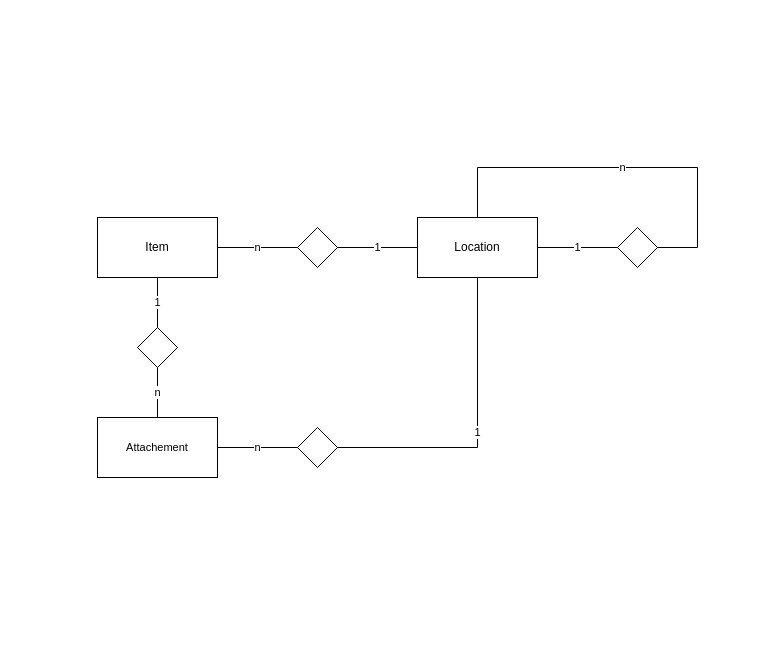
discohagen/springventory keeps this draw.io diagram as concept/springventory.drawio. Above is the earlier version. Source tidied: cells renumbered, new cells numbered last; positions are measured from the earlier drawing's top-left corner, leaving out a move shared by most shapes. Both pictures are drawn from the tidied source at 100%, with x=0, y=0 at pixel (97, 167).
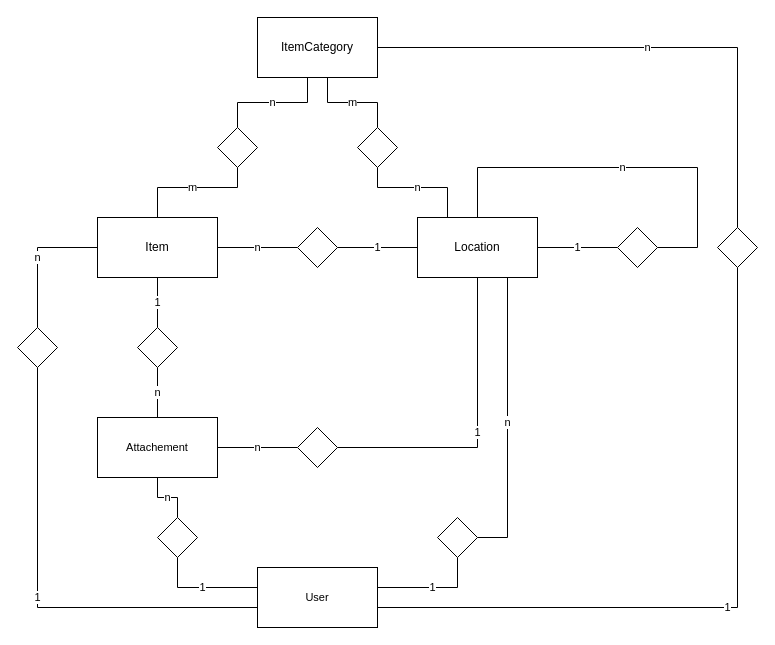
The same diagram, later.

Unchanged cells that the change refers to:
```xml
<mxCell id="4" value="Item" style="rounded=0;whiteSpace=wrap;html=1;" parent="1" vertex="1">
  <mxGeometry y="50" width="120" height="60" as="geometry" />
</mxCell>
<mxCell id="7" value="Location" style="rounded=0;whiteSpace=wrap;html=1;" parent="1" vertex="1">
  <mxGeometry x="320" y="50" width="120" height="60" as="geometry" />
</mxCell>
<mxCell id="13" value="Attachement" style="rounded=0;whiteSpace=wrap;html=1;fontFamily=Helvetica;fontSize=11;fontColor=default;labelBackgroundColor=default;" parent="1" vertex="1">
  <mxGeometry y="250" width="120" height="60" as="geometry" />
</mxCell>
```

What changed in the source:
```diff
@@
+    <mxCell id="17" value="n" style="shape=connector;rounded=0;jettySize=auto;html=1;strokeColor=default;align=center;verticalAlign=middle;fontFamily=Helvetica;fontSize=11;fontColor=default;labelBackgroundColor=default;endArrow=none;endFill=0;edgeStyle=orthogonalEdgeStyle;" parent="1" edge="1" source="7" target="23">
+      <mxGeometry relative="1" as="geometry">
+        <Array as="points">
+          <mxPoint x="350" y="20" />
+          <mxPoint x="280" y="20" />
+        </Array>
+      </mxGeometry>
+    </mxCell>
@@
+    <mxCell id="18" value="ItemCategory" style="rounded=0;whiteSpace=wrap;html=1;" parent="1" vertex="1">
+      <mxGeometry x="160" y="-150" width="120" height="60" as="geometry" />
+    </mxCell>
+    <mxCell id="19" value="n" style="edgeStyle=orthogonalEdgeStyle;rounded=0;jettySize=auto;html=1;endArrow=none;endFill=0;" parent="1" edge="1" source="21" target="18">
+      <mxGeometry relative="1" as="geometry">
+        <Array as="points">
+          <mxPoint x="140" y="-65" />
+          <mxPoint x="210" y="-65" />
+        </Array>
+      </mxGeometry>
+    </mxCell>
+    <mxCell id="20" value="m" style="edgeStyle=orthogonalEdgeStyle;shape=connector;rounded=0;jettySize=auto;html=1;strokeColor=default;align=center;verticalAlign=middle;fontFamily=Helvetica;fontSize=11;fontColor=default;labelBackgroundColor=default;endArrow=none;endFill=0;" parent="1" edge="1" source="21" target="4">
+      <mxGeometry relative="1" as="geometry">
+        <Array as="points">
+          <mxPoint x="140" y="20" />
+          <mxPoint x="60" y="20" />
+        </Array>
+      </mxGeometry>
+    </mxCell>
+    <mxCell id="21" style="rhombus;whiteSpace=wrap;html=1;" parent="1" vertex="1">
+      <mxGeometry x="120" y="-40" width="40" height="40" as="geometry" />
+    </mxCell>
+    <mxCell id="22" value="m" style="shape=connector;rounded=0;jettySize=auto;html=1;strokeColor=default;align=center;verticalAlign=middle;fontFamily=Helvetica;fontSize=11;fontColor=default;labelBackgroundColor=default;endArrow=none;endFill=0;edgeStyle=orthogonalEdgeStyle;" parent="1" edge="1" source="23" target="18">
+      <mxGeometry relative="1" as="geometry">
+        <Array as="points">
+          <mxPoint x="280" y="-65" />
+          <mxPoint x="230" y="-65" />
+        </Array>
+      </mxGeometry>
+    </mxCell>
+    <mxCell id="23" style="rhombus;whiteSpace=wrap;html=1;" parent="1" vertex="1">
+      <mxGeometry x="260" y="-40" width="40" height="40" as="geometry" />
+    </mxCell>
+    <mxCell id="24" value="1" style="edgeStyle=orthogonalEdgeStyle;shape=connector;rounded=0;jettySize=auto;html=1;strokeColor=default;align=center;verticalAlign=middle;fontFamily=Helvetica;fontSize=11;fontColor=default;labelBackgroundColor=default;endArrow=none;endFill=0;" parent="1" edge="1" source="28" target="34">
+      <mxGeometry relative="1" as="geometry">
+        <Array as="points">
+          <mxPoint x="360" y="420" />
+        </Array>
+      </mxGeometry>
+    </mxCell>
+    <mxCell id="25" value="1" style="edgeStyle=orthogonalEdgeStyle;shape=connector;rounded=0;jettySize=auto;html=1;strokeColor=default;align=center;verticalAlign=middle;fontFamily=Helvetica;fontSize=11;fontColor=default;labelBackgroundColor=default;endArrow=none;endFill=0;" parent="1" edge="1" source="28" target="30">
+      <mxGeometry relative="1" as="geometry">
+        <Array as="points">
+          <mxPoint x="80" y="420" />
+        </Array>
+      </mxGeometry>
+    </mxCell>
+    <mxCell id="26" value="1" style="edgeStyle=orthogonalEdgeStyle;shape=connector;rounded=0;jettySize=auto;html=1;strokeColor=default;align=center;verticalAlign=middle;fontFamily=Helvetica;fontSize=11;fontColor=default;labelBackgroundColor=default;endArrow=none;endFill=0;" parent="1" edge="1" source="28" target="32">
+      <mxGeometry relative="1" as="geometry">
+        <Array as="points">
+          <mxPoint x="-60" y="440" />
+        </Array>
+      </mxGeometry>
+    </mxCell>
+    <mxCell id="27" value="1" style="edgeStyle=orthogonalEdgeStyle;shape=connector;rounded=0;jettySize=auto;html=1;strokeColor=default;align=center;verticalAlign=middle;fontFamily=Helvetica;fontSize=11;fontColor=default;labelBackgroundColor=default;endArrow=none;endFill=0;" parent="1" edge="1" source="28" target="36">
+      <mxGeometry relative="1" as="geometry">
+        <Array as="points">
+          <mxPoint x="640" y="440" />
+        </Array>
+      </mxGeometry>
+    </mxCell>
+    <mxCell id="28" value="User" style="rounded=0;whiteSpace=wrap;html=1;fontFamily=Helvetica;fontSize=11;fontColor=default;labelBackgroundColor=default;" parent="1" vertex="1">
+      <mxGeometry x="160" y="400" width="120" height="60" as="geometry" />
+    </mxCell>
+    <mxCell id="29" value="n" style="edgeStyle=orthogonalEdgeStyle;shape=connector;rounded=0;jettySize=auto;html=1;strokeColor=default;align=center;verticalAlign=middle;fontFamily=Helvetica;fontSize=11;fontColor=default;labelBackgroundColor=default;endArrow=none;endFill=0;" parent="1" edge="1" source="30" target="13">
+      <mxGeometry relative="1" as="geometry" />
+    </mxCell>
+    <mxCell id="30" style="rhombus;whiteSpace=wrap;html=1;" parent="1" vertex="1">
+      <mxGeometry x="60" y="350" width="40" height="40" as="geometry" />
+    </mxCell>
+    <mxCell id="31" value="n" style="edgeStyle=orthogonalEdgeStyle;shape=connector;rounded=0;jettySize=auto;html=1;strokeColor=default;align=center;verticalAlign=middle;fontFamily=Helvetica;fontSize=11;fontColor=default;labelBackgroundColor=default;endArrow=none;endFill=0;" parent="1" edge="1" source="32" target="4">
+      <mxGeometry relative="1" as="geometry">
+        <Array as="points">
+          <mxPoint x="-60" y="80" />
+        </Array>
+      </mxGeometry>
+    </mxCell>
+    <mxCell id="32" style="rhombus;whiteSpace=wrap;html=1;" parent="1" vertex="1">
+      <mxGeometry x="-80" y="160" width="40" height="40" as="geometry" />
+    </mxCell>
+    <mxCell id="33" value="n" style="edgeStyle=orthogonalEdgeStyle;shape=connector;rounded=0;jettySize=auto;html=1;strokeColor=default;align=center;verticalAlign=middle;fontFamily=Helvetica;fontSize=11;fontColor=default;labelBackgroundColor=default;endArrow=none;endFill=0;exitX=1;exitY=0.5;exitDx=0;exitDy=0;" parent="1" edge="1" source="34" target="7">
+      <mxGeometry relative="1" as="geometry">
+        <Array as="points">
+          <mxPoint x="410" y="370" />
+        </Array>
+      </mxGeometry>
+    </mxCell>
+    <mxCell id="34" style="rhombus;whiteSpace=wrap;html=1;" parent="1" vertex="1">
+      <mxGeometry x="340" y="350" width="40" height="40" as="geometry" />
+    </mxCell>
+    <mxCell id="35" value="n" style="edgeStyle=orthogonalEdgeStyle;shape=connector;rounded=0;jettySize=auto;html=1;strokeColor=default;align=center;verticalAlign=middle;fontFamily=Helvetica;fontSize=11;fontColor=default;labelBackgroundColor=default;endArrow=none;endFill=0;" parent="1" edge="1" source="36" target="18">
+      <mxGeometry relative="1" as="geometry">
+        <Array as="points">
+          <mxPoint x="640" y="-120" />
+        </Array>
+      </mxGeometry>
+    </mxCell>
+    <mxCell id="36" style="rhombus;whiteSpace=wrap;html=1;" parent="1" vertex="1">
+      <mxGeometry x="620" y="60" width="40" height="40" as="geometry" />
+    </mxCell>
```
